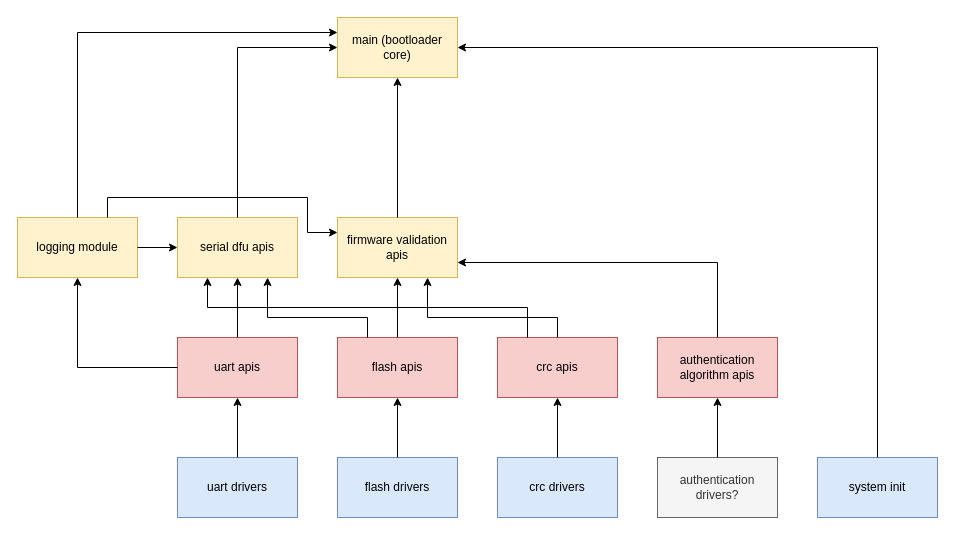
Before: docs/bootloader_architecture.drawio in gpappasv/stm32_bootloader, a draw.io diagram. Source tidied: cells renumbered, new cells numbered last; positions are measured from the earlier drawing's top-left corner, leaving out a move shared by most shapes. Both pictures are drawn from the tidied source at 100%, with x=0, y=0 at pixel (17, 17).
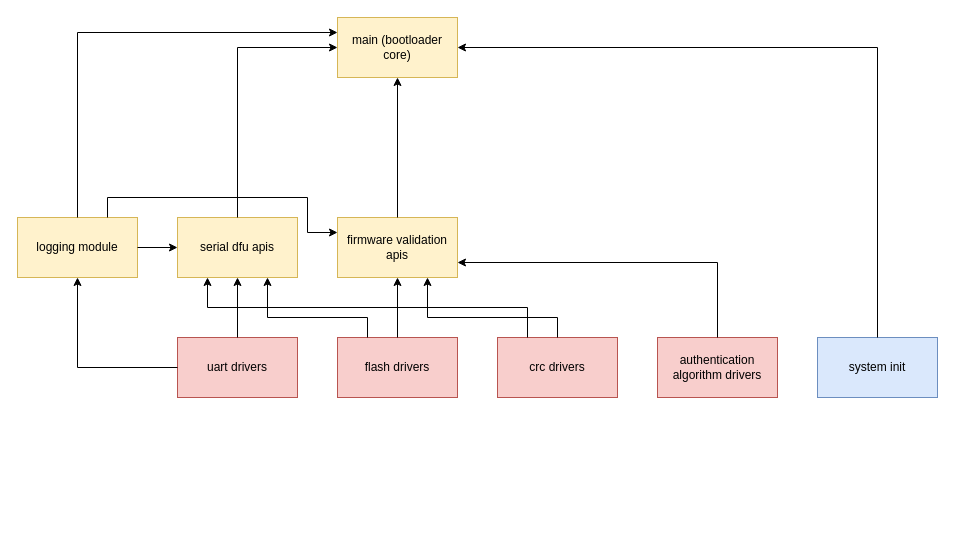
The same page after the edit.

The edit, as a diff of the source:
```diff
@@
-    <mxCell id="3" value="uart apis" style="rounded=0;whiteSpace=wrap;html=1;fillColor=#f8cecc;strokeColor=#b85450;" parent="1" vertex="1">
+    <mxCell id="3" value="uart drivers" style="rounded=0;whiteSpace=wrap;html=1;fillColor=#f8cecc;strokeColor=#b85450;" parent="1" vertex="1">
       <mxGeometry x="160" y="320" width="120" height="60" as="geometry" />
     </mxCell>
-    <mxCell id="4" value="uart drivers" style="rounded=0;whiteSpace=wrap;html=1;fillColor=#dae8fc;strokeColor=#6c8ebf;" parent="1" vertex="1">
-      <mxGeometry x="160" y="440" width="120" height="60" as="geometry" />
-    </mxCell>
-    <mxCell id="5" value="flash apis" style="rounded=0;whiteSpace=wrap;html=1;fillColor=#f8cecc;strokeColor=#b85450;" parent="1" vertex="1">
+    <mxCell id="5" value="flash drivers" style="rounded=0;whiteSpace=wrap;html=1;fillColor=#f8cecc;strokeColor=#b85450;" parent="1" vertex="1">
       <mxGeometry x="320" y="320" width="120" height="60" as="geometry" />
     </mxCell>
-    <mxCell id="6" value="flash drivers" style="rounded=0;whiteSpace=wrap;html=1;fillColor=#dae8fc;strokeColor=#6c8ebf;" parent="1" vertex="1">
-      <mxGeometry x="320" y="440" width="120" height="60" as="geometry" />
-    </mxCell>
@@
-    <mxCell id="9" style="endArrow=classic;html=1;rounded=0;exitX=0.5;exitY=0;exitDx=0;exitDy=0;entryX=0.5;entryY=1;entryDx=0;entryDy=0;" parent="1" edge="1" source="6" target="5">
-      <mxGeometry relative="1" as="geometry" />
-    </mxCell>
-    <mxCell id="10" style="endArrow=classic;html=1;rounded=0;exitX=0.5;exitY=0;exitDx=0;exitDy=0;entryX=0.5;entryY=1;entryDx=0;entryDy=0;" parent="1" edge="1" source="4" target="3">
-      <mxGeometry relative="1" as="geometry" />
-    </mxCell>
@@
-    <mxCell id="21" value="crc apis" style="rounded=0;whiteSpace=wrap;html=1;fillColor=#f8cecc;strokeColor=#b85450;" parent="1" vertex="1">
+    <mxCell id="21" value="crc drivers" style="rounded=0;whiteSpace=wrap;html=1;fillColor=#f8cecc;strokeColor=#b85450;" parent="1" vertex="1">
       <mxGeometry x="480" y="320" width="120" height="60" as="geometry" />
     </mxCell>
-    <mxCell id="22" value="crc drivers" style="rounded=0;whiteSpace=wrap;html=1;fillColor=#dae8fc;strokeColor=#6c8ebf;" parent="1" vertex="1">
-      <mxGeometry x="480" y="440" width="120" height="60" as="geometry" />
-    </mxCell>
-    <mxCell id="23" style="endArrow=classic;html=1;rounded=0;exitX=0.5;exitY=0;exitDx=0;exitDy=0;entryX=0.5;entryY=1;entryDx=0;entryDy=0;" parent="1" edge="1" source="22" target="21">
-      <mxGeometry relative="1" as="geometry" />
-    </mxCell>
@@
-    <mxCell id="26" value="authentication algorithm apis" style="rounded=0;whiteSpace=wrap;html=1;fillColor=#f8cecc;strokeColor=#b85450;" parent="1" vertex="1">
+    <mxCell id="26" value="authentication algorithm drivers" style="rounded=0;whiteSpace=wrap;html=1;fillColor=#f8cecc;strokeColor=#b85450;" parent="1" vertex="1">
       <mxGeometry x="640" y="320" width="120" height="60" as="geometry" />
     </mxCell>
-    <mxCell id="27" value="authentication drivers?" style="rounded=0;whiteSpace=wrap;html=1;fillColor=#f5f5f5;fontColor=#333333;strokeColor=#666666;" parent="1" vertex="1">
-      <mxGeometry x="640" y="440" width="120" height="60" as="geometry" />
-    </mxCell>
-    <mxCell id="28" style="endArrow=classic;html=1;rounded=0;exitX=0.5;exitY=0;exitDx=0;exitDy=0;entryX=0.5;entryY=1;entryDx=0;entryDy=0;" parent="1" edge="1" source="27" target="26">
-      <mxGeometry relative="1" as="geometry" />
-    </mxCell>
@@
     <mxCell id="30" value="system init" style="rounded=0;whiteSpace=wrap;html=1;fillColor=#dae8fc;strokeColor=#6c8ebf;" parent="1" vertex="1">
-      <mxGeometry x="800" y="440" width="120" height="60" as="geometry" />
+      <mxGeometry x="800" y="320" width="120" height="60" as="geometry" />
     </mxCell>
```
